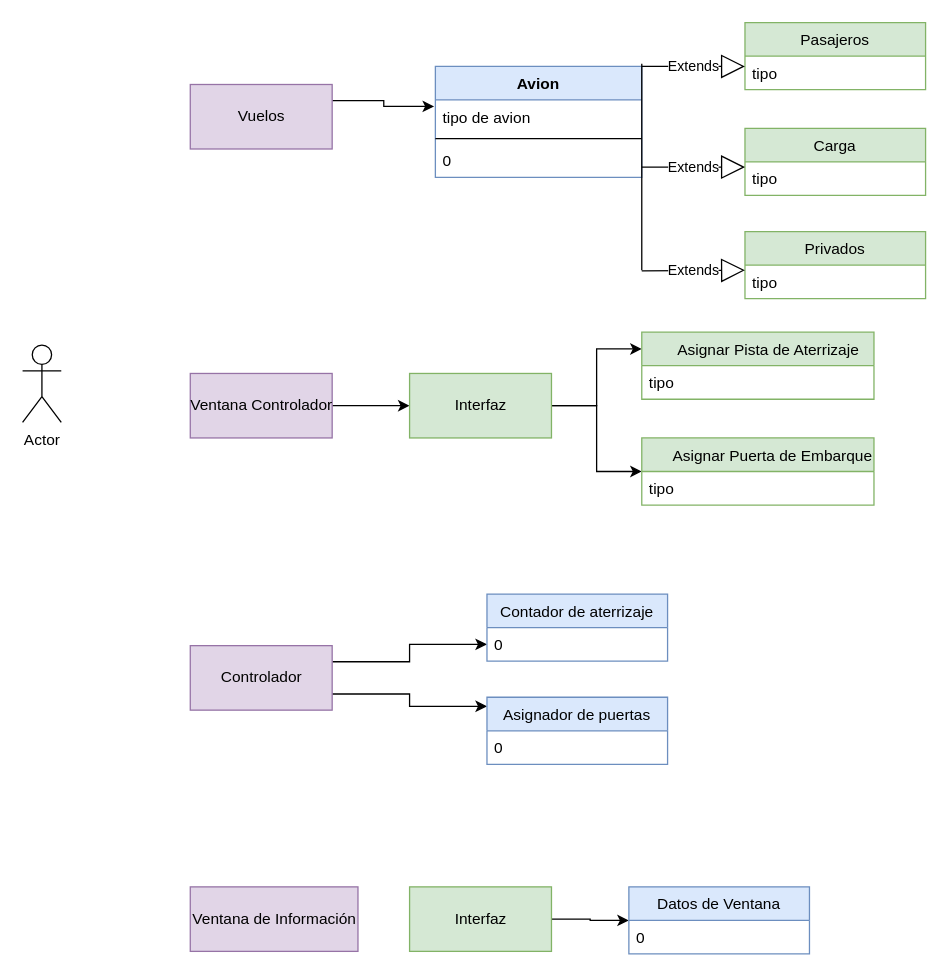
CarlosArango33/Proyecto2_POO keeps this draw.io diagram as Diagrama proyecto 2.drawio. Above is the earlier version. Source tidied: cells renumbered, new cells numbered last; positions are measured from the earlier drawing's top-left corner, leaving out a move shared by most shapes. Both pictures are drawn from the tidied source at 129%, with x=0, y=0 at pixel (22, 22).
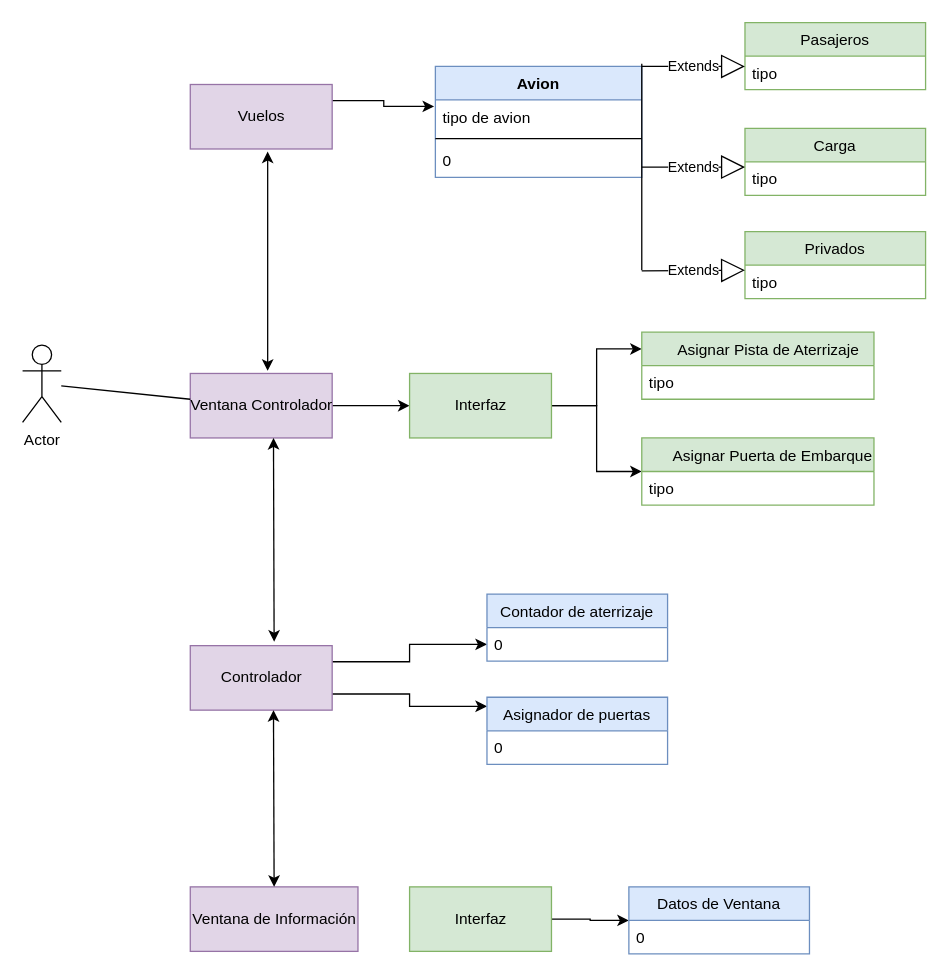
The same diagram, later.

The change refers to these unchanged cells:
```xml
<mxCell id="2" value="Actor" style="shape=umlActor;verticalLabelPosition=bottom;verticalAlign=top;html=1;" parent="1" vertex="1">
  <mxGeometry y="250" width="30" height="60" as="geometry" />
</mxCell>
<mxCell id="10" value="Ventana de Información" style="html=1;fillColor=#e1d5e7;strokeColor=#9673a6;" parent="1" vertex="1">
  <mxGeometry x="130" y="670" width="130" height="50" as="geometry" />
</mxCell>
```

Diff of the diagram source:
```diff
@@
+    <mxCell id="40" style="endArrow=classic;startArrow=classic;html=1;" parent="1" edge="1">
+      <mxGeometry relative="1" as="geometry">
+        <mxPoint x="190" y="270" as="sourcePoint" />
+        <mxPoint x="190" y="100" as="targetPoint" />
+      </mxGeometry>
+    </mxCell>
+    <mxCell id="41" style="endArrow=classic;startArrow=classic;html=1;" parent="1" edge="1">
+      <mxGeometry relative="1" as="geometry">
+        <mxPoint x="195" y="480" as="sourcePoint" />
+        <mxPoint x="194.5" y="322" as="targetPoint" />
+      </mxGeometry>
+    </mxCell>
+    <mxCell id="42" style="endArrow=classic;startArrow=classic;html=1;exitX=0.5;exitY=0;exitDx=0;exitDy=0;" parent="1" edge="1" source="10">
+      <mxGeometry relative="1" as="geometry">
+        <mxPoint x="194.5" y="533" as="targetPoint" />
+      </mxGeometry>
+    </mxCell>
+    <mxCell id="43" style="endArrow=none;html=1;" parent="1" edge="1" source="2">
+      <mxGeometry relative="1" as="geometry">
+        <mxPoint x="130" y="292" as="targetPoint" />
+      </mxGeometry>
+    </mxCell>
```
